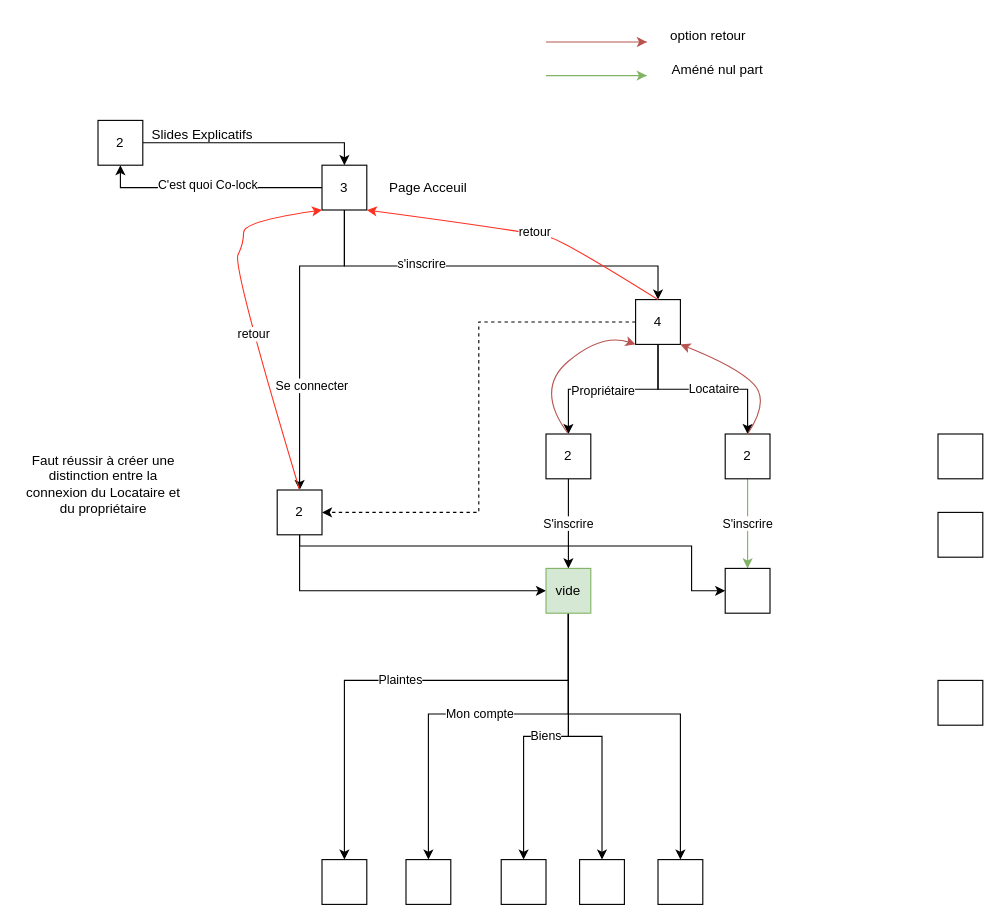
Earlier version of the draw.io diagram page "Hiérarchie de l'appli" (4 of 20) of Ko-loc (1).drawio (Julienthum/Co-Lock). Source tidied: cells renumbered, new cells numbered last; positions are measured from the earlier drawing's top-left corner, leaving out a move shared by most shapes. Both pictures are drawn from the tidied source at 112%, with x=0, y=0 at pixel (19, 19).
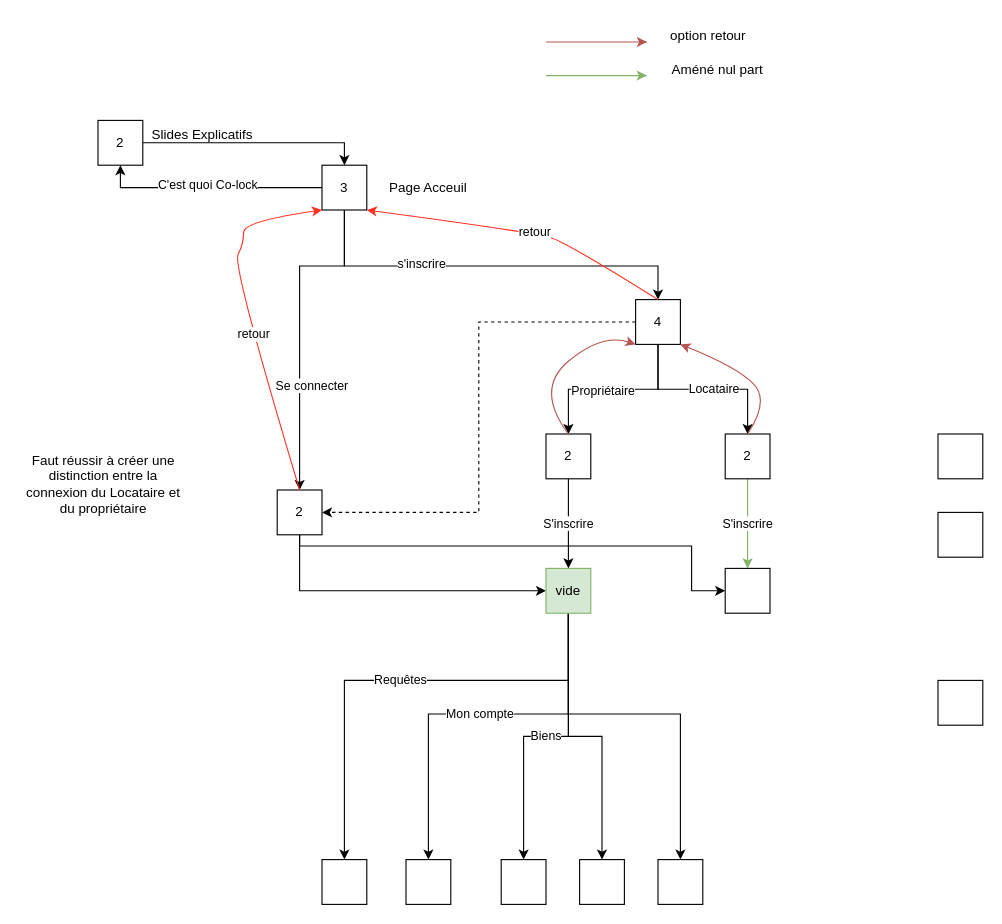
Above is the later version.

The change refers to these unchanged cells:
```xml
<mxCell id="36" value="vide" style="rounded=0;whiteSpace=wrap;html=1;fillColor=#d5e8d4;strokeColor=#82b366;" parent="1" vertex="1">
  <mxGeometry x="470" y="490" width="40" height="40" as="geometry" />
</mxCell>
<mxCell id="46" style="rounded=0;whiteSpace=wrap;html=1;" parent="1" vertex="1">
  <mxGeometry x="270" y="750" width="40" height="40" as="geometry" />
</mxCell>
```

The edit, as a diff of the source:
```diff
@@
-    <mxCell id="33" value="Plaintes" style="edgeStyle=orthogonalEdgeStyle;rounded=0;jettySize=auto;html=1;entryX=0.5;entryY=0;entryDx=0;entryDy=0;strokeColor=#000000;" parent="1" edge="1" source="36" target="46">
+    <mxCell id="33" value="Requêtes" style="edgeStyle=orthogonalEdgeStyle;rounded=0;jettySize=auto;html=1;entryX=0.5;entryY=0;entryDx=0;entryDy=0;strokeColor=#000000;" parent="1" edge="1" source="36" target="46">
       <mxGeometry relative="1" as="geometry">
         <Array as="points">
           <mxPoint x="490" y="590" />
           <mxPoint x="290" y="590" />
         </Array>
       </mxGeometry>
     </mxCell>
```
